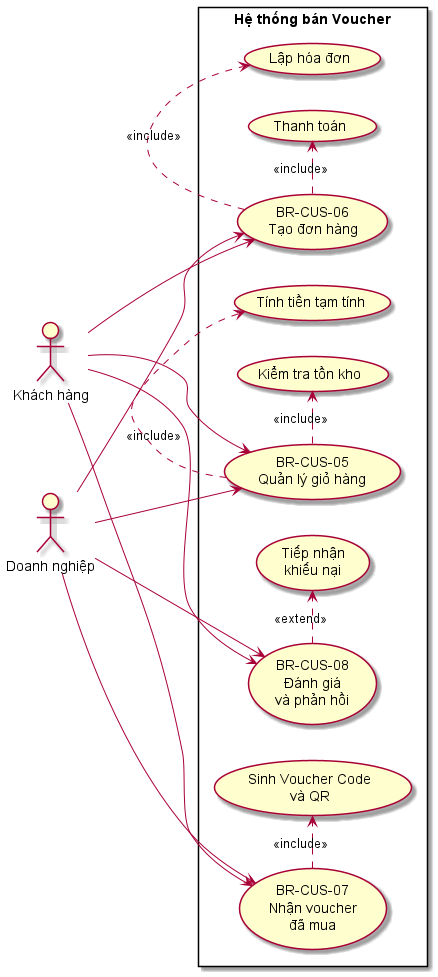
Above: diagram/business/khach_hang_Bao.png in Ngo-The-Dat/e-voucher-system (PlantUML), before the change. Its diagram source:
```plantuml
@startuml
left to right direction
skinparam packageStyle rectangle

actor "Khách hàng" as Customer
actor "Doanh nghiệp" as Business

rectangle "Hệ thống bán Voucher" {

    usecase "BR-CUS-05\nQuản lý giỏ hàng" as UC05
    usecase "BR-CUS-06\nTạo đơn hàng" as UC06
    usecase "BR-CUS-07\nNhận voucher\nđã mua" as UC07
    usecase "BR-CUS-08\nĐánh giá\nvà phản hồi" as UC08

    usecase "Kiểm tra tồn kho" as Stock
    usecase "Tính tiền tạm tính" as Total
    usecase "Lập hóa đơn" as Invoice
    usecase "Thanh toán" as Payment
    usecase "Sinh Voucher Code\nvà QR" as Voucher
    usecase "Tiếp nhận\nkhiếu nại" as Complaint

}

Customer --> UC05
Customer --> UC06
Customer --> UC07
Customer --> UC08

Business --> UC05
Business --> UC06
Business --> UC07
Business --> UC08

UC05 .> Stock : <<include>>
UC05 .> Total : <<include>>

UC06 .> Invoice : <<include>>
UC06 .> Payment : <<include>>

UC07 .> Voucher : <<include>>

UC08 .> Complaint : <<extend>>

@enduml
```
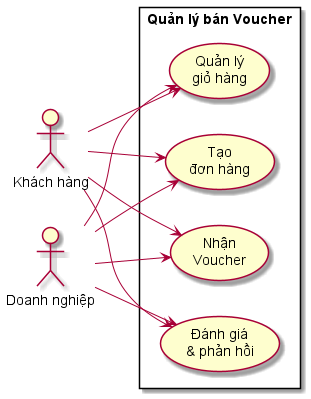
After the commit.

Commit message:
fix: business and system use case diagrams for customer

Change to the diagram source:
```diff
@@ -1,23 +1,15 @@
 @startuml
 left to right direction
-skinparam packageStyle rectangle
 
 actor "Khách hàng" as Customer
 actor "Doanh nghiệp" as Business
 
-rectangle "Hệ thống bán Voucher" {
+rectangle "Quản lý bán Voucher" {
 
-    usecase "BR-CUS-05\nQuản lý giỏ hàng" as UC05
-    usecase "BR-CUS-06\nTạo đơn hàng" as UC06
-    usecase "BR-CUS-07\nNhận voucher\nđã mua" as UC07
-    usecase "BR-CUS-08\nĐánh giá\nvà phản hồi" as UC08
-
-    usecase "Kiểm tra tồn kho" as Stock
-    usecase "Tính tiền tạm tính" as Total
-    usecase "Lập hóa đơn" as Invoice
-    usecase "Thanh toán" as Payment
-    usecase "Sinh Voucher Code\nvà QR" as Voucher
-    usecase "Tiếp nhận\nkhiếu nại" as Complaint
+    usecase "Quản lý\ngiỏ hàng" as UC05
+    usecase "Tạo\nđơn hàng" as UC06
+    usecase "Nhận\nVoucher" as UC07
+    usecase "Đánh giá\n& phản hồi" as UC08
 
 }
 
@@ -31,14 +23,4 @@
 Business --> UC07
 Business --> UC08
 
-UC05 .> Stock : <<include>>
-UC05 .> Total : <<include>>
-
-UC06 .> Invoice : <<include>>
-UC06 .> Payment : <<include>>
-
-UC07 .> Voucher : <<include>>
-
-UC08 .> Complaint : <<extend>>
-
 @enduml
```
